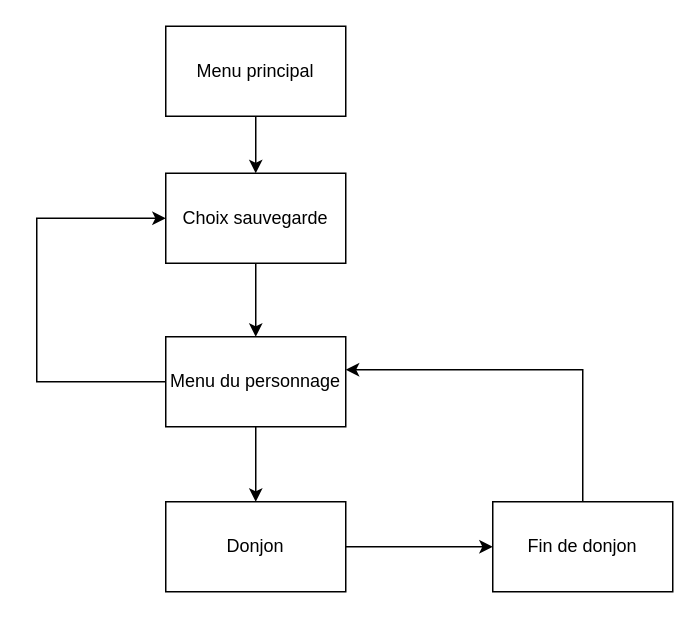
Eoloc/M1MIAGE_ProjetUML keeps this draw.io diagram as Diagrammes/Plan du jeu.drawio. Above is the earlier version. Source tidied: cells renumbered, new cells numbered last; positions are measured from the earlier drawing's top-left corner, leaving out a move shared by most shapes. Both pictures are drawn from the tidied source at 150%, with x=0, y=0 at pixel (36, 26).
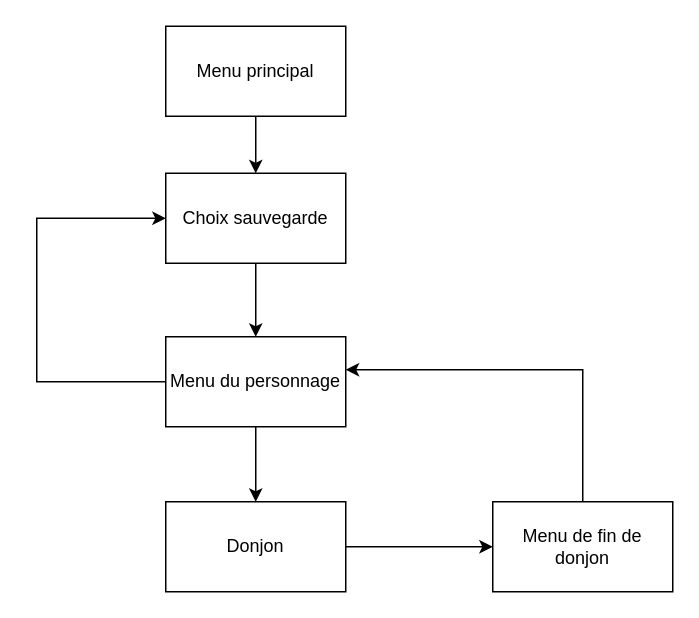
The same page after the edit.

Commit message:
Modification du plan des affichages du jeu

Diff of the diagram source:
```diff
@@
 <mxGraphModel>
   <root>
     <mxCell id="0" />
     <mxCell id="1" parent="0" />
     <mxCell id="2" style="edgeStyle=orthogonalEdgeStyle;rounded=0;jettySize=auto;html=1;" parent="1" edge="1" source="3" target="12">
       <mxGeometry relative="1" as="geometry" />
     </mxCell>
     <mxCell id="3" value="Menu principal" style="rounded=0;whiteSpace=wrap;html=1;" parent="1" vertex="1">
       <mxGeometry x="86" width="120" height="60" as="geometry" />
     </mxCell>
     <mxCell id="4" style="edgeStyle=orthogonalEdgeStyle;rounded=0;jettySize=auto;html=1;" parent="1" edge="1" source="6" target="8">
       <mxGeometry relative="1" as="geometry" />
     </mxCell>
     <mxCell id="5" style="edgeStyle=orthogonalEdgeStyle;rounded=0;jettySize=auto;html=1;" parent="1" edge="1" source="6" target="12">
       <mxGeometry relative="1" as="geometry">
         <Array as="points">
           <mxPoint y="237" />
           <mxPoint y="128" />
         </Array>
       </mxGeometry>
     </mxCell>
     <mxCell id="6" value="Menu du personnage" style="rounded=0;whiteSpace=wrap;html=1;" parent="1" vertex="1">
       <mxGeometry x="86" y="207" width="120" height="60" as="geometry" />
     </mxCell>
     <mxCell id="7" style="edgeStyle=orthogonalEdgeStyle;rounded=0;jettySize=auto;html=1;" parent="1" edge="1" source="8" target="10">
       <mxGeometry relative="1" as="geometry" />
     </mxCell>
     <mxCell id="8" value="Donjon" style="rounded=0;whiteSpace=wrap;html=1;" parent="1" vertex="1">
       <mxGeometry x="86" y="317" width="120" height="60" as="geometry" />
     </mxCell>
     <mxCell id="9" style="edgeStyle=orthogonalEdgeStyle;rounded=0;jettySize=auto;html=1;" parent="1" edge="1" source="10" target="6">
       <mxGeometry relative="1" as="geometry">
         <Array as="points">
           <mxPoint x="364" y="229" />
         </Array>
       </mxGeometry>
     </mxCell>
-    <mxCell id="10" value="Fin de donjon" style="rounded=0;whiteSpace=wrap;html=1;" parent="1" vertex="1">
+    <mxCell id="10" value="Menu de fin de donjon" style="rounded=0;whiteSpace=wrap;html=1;" parent="1" vertex="1">
       <mxGeometry x="304" y="317" width="120" height="60" as="geometry" />
     </mxCell>
     <mxCell id="11" style="edgeStyle=orthogonalEdgeStyle;rounded=0;jettySize=auto;html=1;" parent="1" edge="1" source="12" target="6">
       <mxGeometry relative="1" as="geometry" />
     </mxCell>
     <mxCell id="12" value="Choix sauvegarde" style="rounded=0;whiteSpace=wrap;html=1;" parent="1" vertex="1">
       <mxGeometry x="86" y="98" width="120" height="60" as="geometry" />
     </mxCell>
   </root>
 </mxGraphModel>
```
